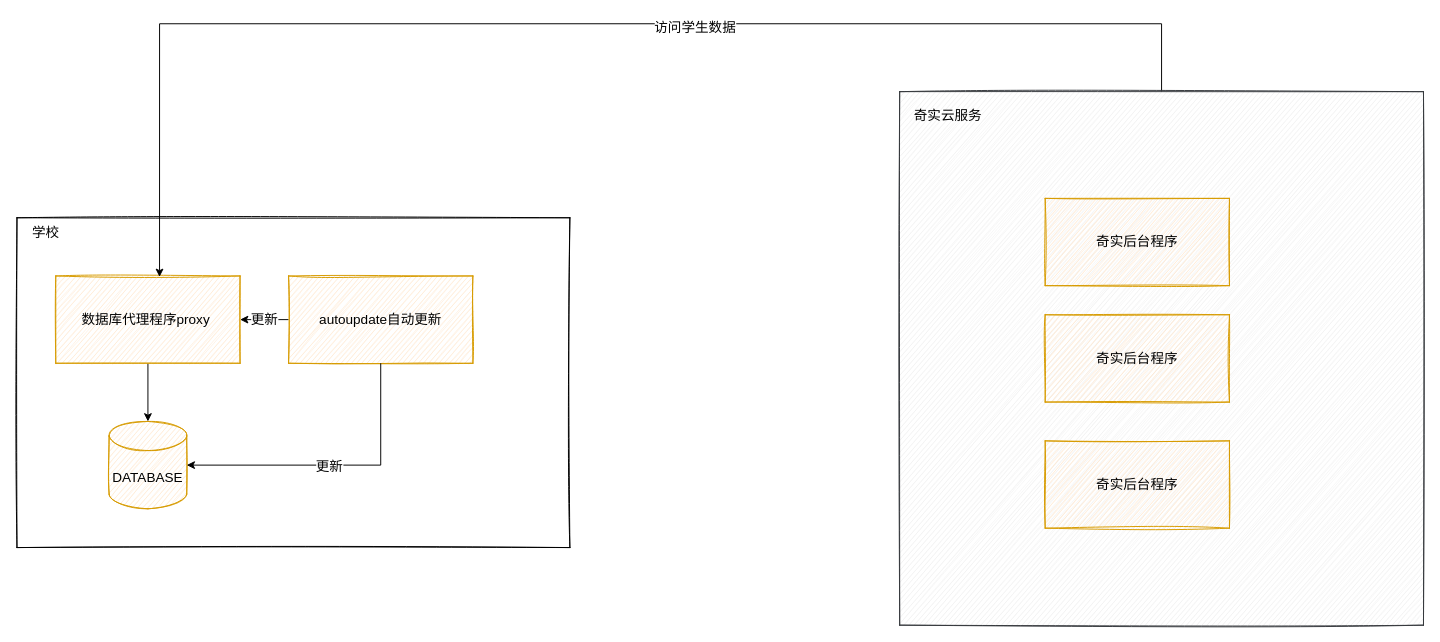
nayouzhenai/java_web keeps this draw.io diagram as page "锐健营" (5 of 5) of 流程图.drawio. Above is the earlier version. Source tidied: cells renumbered, new cells numbered last; positions are measured from the earlier drawing's top-left corner, leaving out a move shared by most shapes. Both pictures are drawn from the tidied source at 97%, with x=0, y=0 at pixel (16, 23).
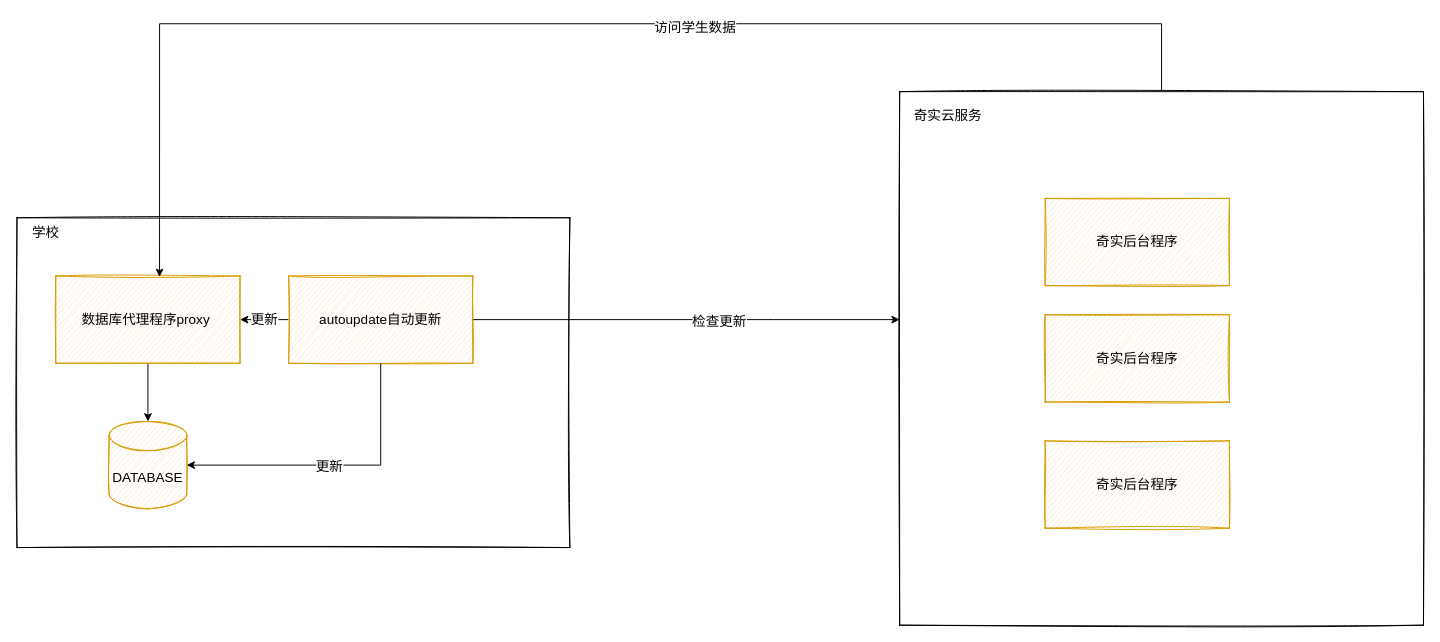
The same diagram, later.

Commit message:
更新流程图.drawio

Unchanged cells that the change refers to:
```xml
<mxCell id="6" value="autoupdate自动更新" style="rounded=0;whiteSpace=wrap;html=1;shadow=0;glass=0;sketch=1;strokeColor=#d79b00;fontFamily=Helvetica;fontSize=14;fontColor=default;fillColor=#ffe6cc;" parent="1" vertex="1">
  <mxGeometry x="280" y="260" width="190" height="90" as="geometry" />
</mxCell>
```

What changed in the source:
```diff
@@
+    <mxCell id="18" style="edgeStyle=orthogonalEdgeStyle;rounded=0;jettySize=auto;html=1;exitX=1;exitY=0.5;exitDx=0;exitDy=0;fontFamily=Helvetica;fontSize=14;fontColor=default;" parent="1" edge="1" source="6" target="9">
+      <mxGeometry relative="1" as="geometry">
+        <Array as="points">
+          <mxPoint x="780" y="305" />
+          <mxPoint x="780" y="305" />
+        </Array>
+      </mxGeometry>
+    </mxCell>
+    <mxCell id="19" value="检查更新" style="edgeLabel;html=1;align=center;verticalAlign=middle;fontSize=14;fontFamily=Helvetica;fontColor=default;" parent="18" vertex="1">
+      <mxGeometry x="0.15" y="-1" relative="1" as="geometry" />
+    </mxCell>
@@
-    <mxCell id="9" style="rounded=0;whiteSpace=wrap;html=1;shadow=0;glass=0;sketch=1;fontFamily=Helvetica;fontSize=14;fillColor=#eeeeee;strokeColor=#36393d;" parent="1" vertex="1">
+    <mxCell id="9" style="rounded=0;whiteSpace=wrap;html=1;shadow=0;glass=0;sketch=1;fontFamily=Helvetica;fontSize=14;" parent="1" vertex="1">
       <mxGeometry x="910" y="70" width="540" height="550" as="geometry" />
     </mxCell>
```
